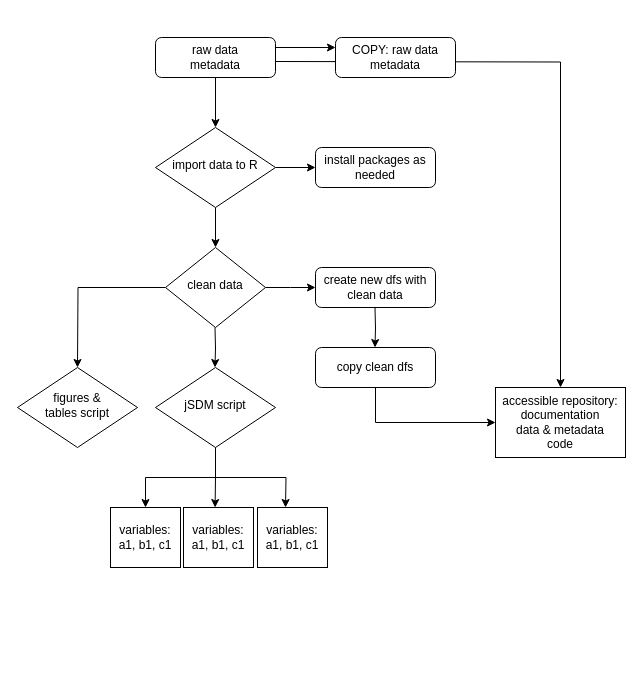
Above: ProjectWorkflow.drawio in annakohlberg/Trial (draw.io), before the change. Source tidied: cells renumbered, new cells numbered last; positions are measured from the earlier drawing's top-left corner, leaving out a move shared by most shapes. Both pictures are drawn from the tidied source at 100%, with x=0, y=0 at pixel (17, 37).
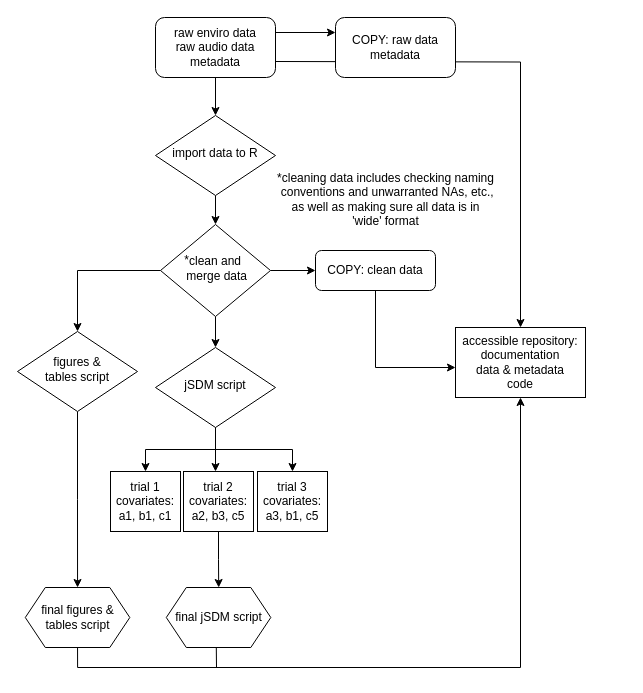
The same diagram, later.

The edit, as a diff of the source:
```diff
@@
-    <mxCell id="5" value="raw data&lt;br&gt;metadata" style="rounded=1;whiteSpace=wrap;html=1;fontSize=12;glass=0;strokeWidth=1;shadow=0;" parent="1" vertex="1">
-      <mxGeometry x="138" width="120" height="40" as="geometry" />
+    <mxCell id="5" value="raw enviro data&lt;br&gt;raw audio data&lt;br&gt;metadata" style="rounded=1;whiteSpace=wrap;html=1;fontSize=12;glass=0;strokeWidth=1;shadow=0;" parent="1" vertex="1">
+      <mxGeometry x="138" y="-20" width="120" height="60" as="geometry" />
     </mxCell>
-    <mxCell id="6" style="edgeStyle=orthogonalEdgeStyle;rounded=0;jettySize=auto;html=1;exitX=1;exitY=0.5;exitDx=0;exitDy=0;" parent="1" edge="1" source="8" target="9">
-      <mxGeometry relative="1" as="geometry" />
-    </mxCell>
@@
     <mxCell id="8" value="import data to R" style="rhombus;whiteSpace=wrap;html=1;shadow=0;fontFamily=Helvetica;fontSize=12;align=center;strokeWidth=1;spacing=6;spacingTop=-4;" parent="1" vertex="1">
-      <mxGeometry x="138" y="90" width="120" height="80" as="geometry" />
+      <mxGeometry x="138" y="78" width="120" height="80" as="geometry" />
     </mxCell>
-    <mxCell id="9" value="install packages as needed" style="rounded=1;whiteSpace=wrap;html=1;fontSize=12;glass=0;strokeWidth=1;shadow=0;" parent="1" vertex="1">
-      <mxGeometry x="298" y="110" width="120" height="40" as="geometry" />
-    </mxCell>
-    <mxCell id="10" style="edgeStyle=orthogonalEdgeStyle;rounded=0;jettySize=auto;html=1;exitX=1;exitY=0.5;exitDx=0;exitDy=0;" parent="1" edge="1" source="12">
-      <mxGeometry relative="1" as="geometry">
-        <mxPoint x="298" y="250" as="targetPoint" />
-      </mxGeometry>
+    <mxCell id="10" style="edgeStyle=orthogonalEdgeStyle;rounded=0;jettySize=auto;html=1;exitX=1;exitY=0.5;exitDx=0;exitDy=0;entryX=0;entryY=0.5;entryDx=0;entryDy=0;" parent="1" edge="1" source="12" target="15">
+      <mxGeometry relative="1" as="geometry" />
     </mxCell>
-    <mxCell id="11" style="edgeStyle=orthogonalEdgeStyle;rounded=0;jettySize=auto;html=1;exitX=0;exitY=0.5;exitDx=0;exitDy=0;" parent="1" edge="1" source="12">
-      <mxGeometry relative="1" as="geometry">
-        <mxPoint x="60" y="330" as="targetPoint" />
-      </mxGeometry>
+    <mxCell id="11" style="edgeStyle=orthogonalEdgeStyle;rounded=0;jettySize=auto;html=1;exitX=0;exitY=0.5;exitDx=0;exitDy=0;entryX=0.5;entryY=0;entryDx=0;entryDy=0;" parent="1" edge="1" source="12" target="24">
+      <mxGeometry relative="1" as="geometry" />
     </mxCell>
+    <mxCell id="28" style="edgeStyle=orthogonalEdgeStyle;rounded=0;jettySize=auto;html=1;exitX=0.5;exitY=1;exitDx=0;exitDy=0;entryX=0.5;entryY=0;entryDx=0;entryDy=0;" parent="1" edge="1" source="12" target="19">
+      <mxGeometry relative="1" as="geometry" />
+    </mxCell>
-    <mxCell id="12" value="clean data" style="rhombus;whiteSpace=wrap;html=1;shadow=0;fontFamily=Helvetica;fontSize=12;align=center;strokeWidth=1;spacing=6;spacingTop=-4;" parent="1" vertex="1">
-      <mxGeometry x="148" y="210" width="100" height="80" as="geometry" />
+    <mxCell id="12" value="clean and&lt;br&gt;&amp;nbsp;merge data" style="rhombus;whiteSpace=wrap;html=1;shadow=0;fontFamily=Helvetica;fontSize=12;align=center;strokeWidth=1;spacing=6;spacingTop=-4;" parent="1" vertex="1">
+      <mxGeometry x="143" y="187" width="110" height="92" as="geometry" />
     </mxCell>
     <mxCell id="13" value="COPY: raw data&lt;br style=&quot;border-color: var(--border-color);&quot;&gt;metadata" style="rounded=1;whiteSpace=wrap;html=1;fontSize=12;glass=0;strokeWidth=1;shadow=0;" parent="1" vertex="1">
-      <mxGeometry x="318" width="120" height="40" as="geometry" />
+      <mxGeometry x="318" y="-20" width="120" height="60" as="geometry" />
     </mxCell>
     <mxCell id="14" value="accessible repository:&lt;br&gt;documentation&lt;br&gt;data &amp;amp; metadata&lt;br&gt;code" style="whiteSpace=wrap;html=1;" parent="1" vertex="1">
-      <mxGeometry x="478" y="350" width="130" height="70" as="geometry" />
+      <mxGeometry x="438" y="290" width="130" height="70" as="geometry" />
     </mxCell>
-    <mxCell id="15" value="create new dfs with clean data" style="rounded=1;whiteSpace=wrap;html=1;fontSize=12;glass=0;strokeWidth=1;shadow=0;" parent="1" vertex="1">
-      <mxGeometry x="298" y="230" width="120" height="40" as="geometry" />
+    <mxCell id="15" value="COPY: clean data" style="rounded=1;whiteSpace=wrap;html=1;fontSize=12;glass=0;strokeWidth=1;shadow=0;" parent="1" vertex="1">
+      <mxGeometry x="298" y="213" width="120" height="40" as="geometry" />
     </mxCell>
@@
-    <mxCell id="17" style="edgeStyle=orthogonalEdgeStyle;rounded=0;jettySize=auto;html=1;exitX=0.5;exitY=1;exitDx=0;exitDy=0;" parent="1" edge="1" source="19">
+    <mxCell id="17" style="edgeStyle=orthogonalEdgeStyle;rounded=0;orthogonalLoop=1;jettySize=auto;html=1;exitX=0.5;exitY=1;exitDx=0;exitDy=0;entryX=0.5;entryY=0;entryDx=0;entryDy=0;" parent="1" edge="1">
       <mxGeometry relative="1" as="geometry">
-        <mxPoint x="197.6" y="470" as="targetPoint" />
+        <mxPoint x="195" y="374" as="sourcePoint" />
+        <mxPoint x="198" y="434" as="targetPoint" />
+        <Array as="points">
+          <mxPoint x="198" y="375" />
+        </Array>
       </mxGeometry>
     </mxCell>
-    <mxCell id="18" style="edgeStyle=orthogonalEdgeStyle;rounded=0;jettySize=auto;html=1;exitX=0.5;exitY=1;exitDx=0;exitDy=0;" parent="1" edge="1" source="19">
-      <mxGeometry relative="1" as="geometry">
-        <mxPoint x="268" y="470" as="targetPoint" />
-      </mxGeometry>
+    <mxCell id="18" style="edgeStyle=orthogonalEdgeStyle;rounded=0;jettySize=auto;html=1;exitX=0.5;exitY=1;exitDx=0;exitDy=0;entryX=0.5;entryY=0;entryDx=0;entryDy=0;" parent="1" edge="1" source="19" target="27">
+      <mxGeometry relative="1" as="geometry" />
     </mxCell>
-    <mxCell id="19" value="jSDM script" style="rhombus;whiteSpace=wrap;html=1;shadow=0;fontFamily=Helvetica;fontSize=12;align=center;strokeWidth=1;spacing=6;spacingTop=-4;" parent="1" vertex="1">
-      <mxGeometry x="138" y="330" width="120" height="80" as="geometry" />
-    </mxCell>
-    <mxCell id="20" style="edgeStyle=orthogonalEdgeStyle;rounded=0;orthogonalLoop=1;jettySize=auto;html=1;exitX=0.5;exitY=1;exitDx=0;exitDy=0;entryX=0.5;entryY=0;entryDx=0;entryDy=0;" parent="1" edge="1">
-      <mxGeometry relative="1" as="geometry">
-        <mxPoint x="197.5" y="290" as="sourcePoint" />
-        <mxPoint x="197.5" y="330" as="targetPoint" />
-      </mxGeometry>
-    </mxCell>
-    <mxCell id="21" style="edgeStyle=orthogonalEdgeStyle;rounded=0;orthogonalLoop=1;jettySize=auto;html=1;exitX=0.5;exitY=1;exitDx=0;exitDy=0;entryX=0.5;entryY=0;entryDx=0;entryDy=0;" parent="1" edge="1">
-      <mxGeometry relative="1" as="geometry">
-        <mxPoint x="357.5" y="270" as="sourcePoint" />
-        <mxPoint x="357.5" y="310" as="targetPoint" />
-      </mxGeometry>
-    </mxCell>
-    <mxCell id="22" style="edgeStyle=orthogonalEdgeStyle;rounded=0;jettySize=auto;html=1;exitX=0.5;exitY=1;exitDx=0;exitDy=0;entryX=0;entryY=0.5;entryDx=0;entryDy=0;" parent="1" edge="1" source="23" target="14">
-      <mxGeometry relative="1" as="geometry" />
+    <mxCell id="22" style="edgeStyle=orthogonalEdgeStyle;rounded=0;jettySize=auto;html=1;exitX=0.5;exitY=1;exitDx=0;exitDy=0;" parent="1" edge="1" source="15">
+      <mxGeometry relative="1" as="geometry">
+        <mxPoint x="438" y="330" as="targetPoint" />
+        <Array as="points">
+          <mxPoint x="358" y="330" />
+          <mxPoint x="438" y="330" />
+        </Array>
+      </mxGeometry>
     </mxCell>
-    <mxCell id="23" value="copy clean dfs" style="rounded=1;whiteSpace=wrap;html=1;fontSize=12;glass=0;strokeWidth=1;shadow=0;" parent="1" vertex="1">
-      <mxGeometry x="298" y="310" width="120" height="40" as="geometry" />
-    </mxCell>
+    <mxCell id="29" style="edgeStyle=orthogonalEdgeStyle;rounded=0;jettySize=auto;html=1;exitX=0.5;exitY=1;exitDx=0;exitDy=0;entryX=0.5;entryY=0;entryDx=0;entryDy=0;" parent="1" edge="1" source="24" target="35">
+      <mxGeometry relative="1" as="geometry" />
+    </mxCell>
     <mxCell id="24" value="figures &amp;amp;&lt;br&gt;tables script" style="rhombus;whiteSpace=wrap;html=1;shadow=0;fontFamily=Helvetica;fontSize=12;align=center;strokeWidth=1;spacing=6;spacingTop=-4;" parent="1" vertex="1">
-      <mxGeometry y="330" width="120" height="80" as="geometry" />
+      <mxGeometry y="294" width="120" height="80" as="geometry" />
     </mxCell>
-    <mxCell id="25" value="variables: a1, b1, c1" style="whiteSpace=wrap;html=1;" parent="1" vertex="1">
-      <mxGeometry x="93" y="470" width="70" height="60" as="geometry" />
+    <mxCell id="25" value="trial 1&lt;br&gt;covariates: a1, b1, c1" style="whiteSpace=wrap;html=1;" parent="1" vertex="1">
+      <mxGeometry x="93" y="434" width="70" height="60" as="geometry" />
     </mxCell>
+    <mxCell id="30" style="edgeStyle=orthogonalEdgeStyle;rounded=0;jettySize=auto;html=1;exitX=0.5;exitY=1;exitDx=0;exitDy=0;" parent="1" edge="1" source="26">
+      <mxGeometry relative="1" as="geometry">
+        <mxPoint x="201.2" y="550" as="targetPoint" />
+      </mxGeometry>
+    </mxCell>
-    <mxCell id="26" value="variables: a1, b1, c1" style="whiteSpace=wrap;html=1;" parent="1" vertex="1">
-      <mxGeometry x="166" y="470" width="70" height="60" as="geometry" />
+    <mxCell id="26" value="trial 2&lt;br style=&quot;border-color: var(--border-color);&quot;&gt;covariates: a2, b3, c5" style="whiteSpace=wrap;html=1;" parent="1" vertex="1">
+      <mxGeometry x="166" y="434" width="70" height="60" as="geometry" />
     </mxCell>
-    <mxCell id="27" value="variables: a1, b1, c1" style="whiteSpace=wrap;html=1;" parent="1" vertex="1">
-      <mxGeometry x="240" y="470" width="70" height="60" as="geometry" />
+    <mxCell id="27" value="trial 3&lt;br style=&quot;border-color: var(--border-color);&quot;&gt;covariates: a3, b1, c5" style="whiteSpace=wrap;html=1;" parent="1" vertex="1">
+      <mxGeometry x="240" y="434" width="70" height="60" as="geometry" />
     </mxCell>
+    <mxCell id="31" value="*" style="text;html=1;align=center;verticalAlign=middle;strokeColor=none;fillColor=none;" parent="1" vertex="1">
+      <mxGeometry x="154" y="208" width="30" height="30" as="geometry" />
+    </mxCell>
+    <mxCell id="32" value="*cleaning data includes checking naming&lt;br&gt;&amp;nbsp;conventions and unwarranted NAs, etc.,&lt;br&gt;as well as making sure&amp;nbsp;all data is in &lt;br&gt;'wide' format" style="text;html=1;align=center;verticalAlign=middle;strokeColor=none;fillColor=none;" parent="1" vertex="1">
+      <mxGeometry x="248" y="127" width="240" height="70" as="geometry" />
+    </mxCell>
+    <mxCell id="19" value="jSDM script" style="rhombus;whiteSpace=wrap;html=1;shadow=0;fontFamily=Helvetica;fontSize=12;align=center;strokeWidth=1;spacing=6;spacingTop=-4;" parent="1" vertex="1">
+      <mxGeometry x="138" y="310" width="120" height="80" as="geometry" />
+    </mxCell>
+    <mxCell id="33" value="final jSDM script" style="shape=hexagon;perimeter=hexagonPerimeter2;whiteSpace=wrap;html=1;fixedSize=1;" parent="1" vertex="1">
+      <mxGeometry x="148.8" y="550" width="104.5" height="60" as="geometry" />
+    </mxCell>
+    <mxCell id="34" style="edgeStyle=orthogonalEdgeStyle;rounded=0;jettySize=auto;html=1;exitX=0.5;exitY=1;exitDx=0;exitDy=0;entryX=0.5;entryY=1;entryDx=0;entryDy=0;" parent="1" edge="1" source="35" target="14">
+      <mxGeometry relative="1" as="geometry" />
+    </mxCell>
+    <mxCell id="35" value="final figures &amp;amp; tables script" style="shape=hexagon;perimeter=hexagonPerimeter2;whiteSpace=wrap;html=1;fixedSize=1;" parent="1" vertex="1">
+      <mxGeometry x="7.8" y="550" width="104.5" height="60" as="geometry" />
+    </mxCell>
+    <mxCell id="36" style="endArrow=none;html=1;rounded=0;" parent="1" edge="1">
+      <mxGeometry relative="1" as="geometry">
+        <mxPoint x="199" y="630" as="sourcePoint" />
+        <mxPoint x="198.8" y="610" as="targetPoint" />
+      </mxGeometry>
+    </mxCell>
```
